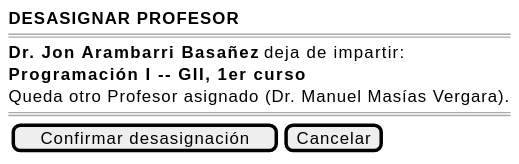
Before: images/RUP/01-requisitos/03-detalle-casos-uso/desasignarProfesorAsignaturaPrograma/wireframe-normal.svg, a diagram exported from PlantUML (mmasias/pyCeldaPublico).
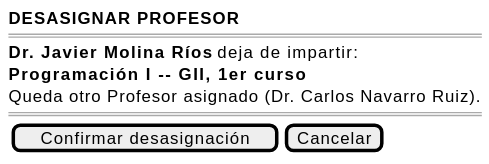
After the change.

What changed in the source:
```diff
@@ -2,11 +2,11 @@
 {
     <b>DESASIGNAR PROFESOR</b>
     ====
-    <b>Dr. Jon Arambarri Basañez</b> deja de impartir:
+    <b>Dr. Javier Molina Ríos</b> deja de impartir:
 
     <b>Programación I -- GII, 1er curso</b>
 
-    Queda otro Profesor asignado (Dr. Manuel Masías Vergara).
+    Queda otro Profesor asignado (Dr. Carlos Navarro Ruiz).
     ====
     {[Confirmar desasignación] | [Cancelar]}
 }
```
